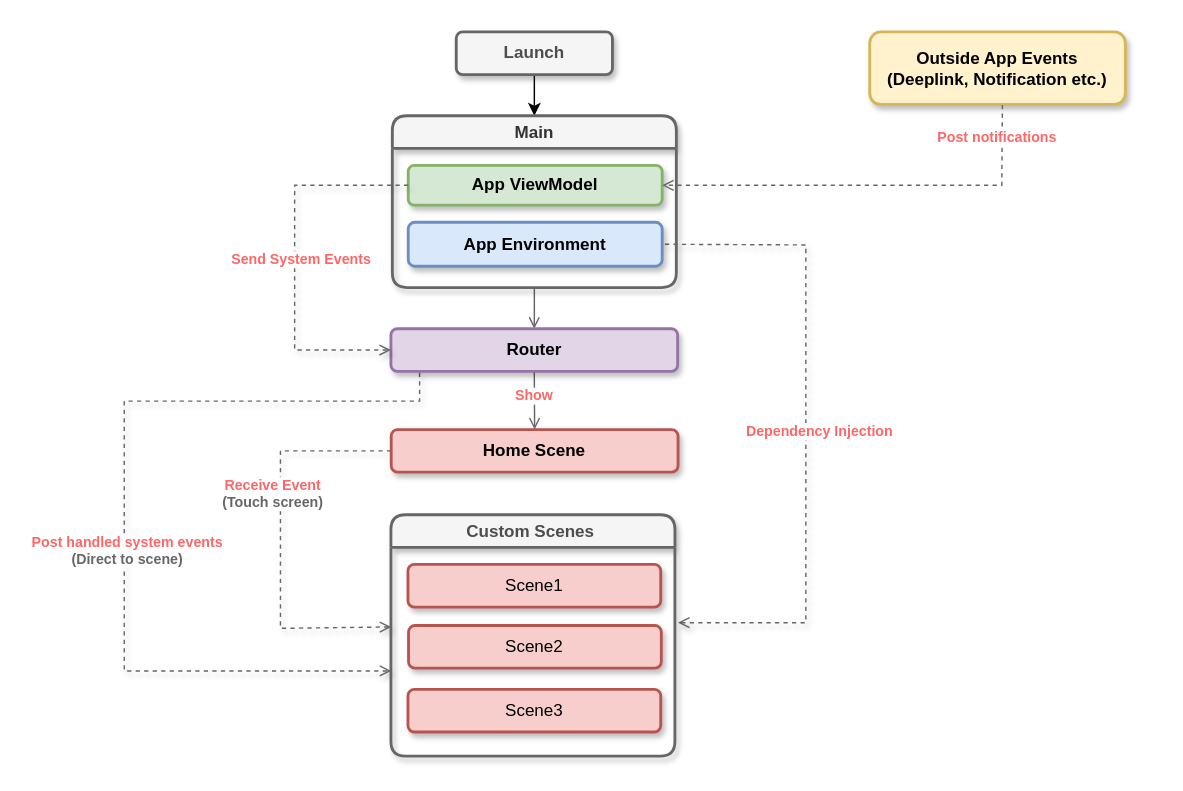
This is page "AppFlow" (1 of 12) of AppFlow.drawio from Drbingbing/AppFlow, a draw.io file, before an edit. Source tidied: cells renumbered, new cells numbered last; positions are measured from the earlier drawing's top-left corner, leaving out a move shared by most shapes. Both pictures are drawn from the tidied source at 142%, with x=0, y=0 at pixel (24, 31).
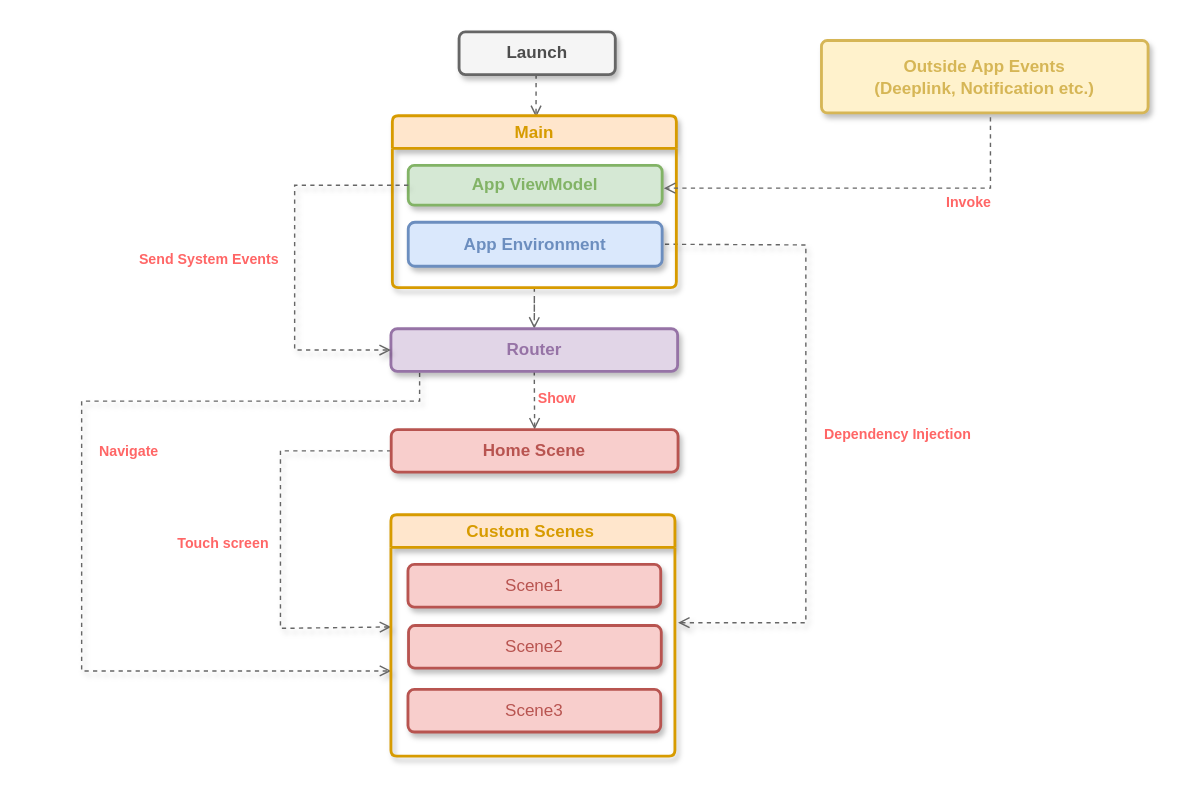
The same page after the edit.

Change to the diagram source:
```diff
@@
     <mxCell id="3" style="endArrow=open;html=1;rounded=0;fontFamily=Helvetica;fontSize=12;fontColor=#4D4D4D;dashed=1;fillColor=#f5f5f5;strokeColor=#666666;shadow=1;endFill=0;" parent="1" edge="1">
       <mxGeometry relative="1" as="geometry">
         <mxPoint x="278" y="240" as="sourcePoint" />
         <mxPoint x="258" y="450" as="targetPoint" />
         <Array as="points">
           <mxPoint x="278" y="260" />
-          <mxPoint x="70" y="260" />
-          <mxPoint x="70" y="450" />
+          <mxPoint x="40" y="260" />
+          <mxPoint x="40" y="450" />
         </Array>
       </mxGeometry>
     </mxCell>
@@
-    <mxCell id="5" style="edgeStyle=orthogonalEdgeStyle;rounded=0;jettySize=auto;html=1;fontFamily=Helvetica;fontSize=12;fontColor=#4D4D4D;startSize=23;entryX=0.5;entryY=0;entryDx=0;entryDy=0;" parent="1" edge="1" source="6" target="8">
-      <mxGeometry relative="1" as="geometry" />
+    <mxCell id="5" style="edgeStyle=orthogonalEdgeStyle;rounded=0;jettySize=auto;html=1;fontFamily=Helvetica;fontSize=12;fontColor=#4D4D4D;startSize=23;dashed=1;endArrow=open;endFill=0;fillColor=#f5f5f5;strokeColor=#666666;exitX=0.493;exitY=1;exitDx=0;exitDy=0;exitPerimeter=0;" parent="1" edge="1" source="6">
+      <mxGeometry relative="1" as="geometry">
+        <mxPoint x="360" y="60" as="targetPoint" />
+      </mxGeometry>
     </mxCell>
-    <mxCell id="6" value="Launch" style="rounded=1;whiteSpace=wrap;html=1;strokeWidth=2;fontStyle=1;shadow=1;fillColor=#f5f5f5;strokeColor=#666666;fontColor=#4D4D4D;" parent="1" vertex="1">
-      <mxGeometry x="303.8" width="110" height="30" as="geometry" />
+    <mxCell id="6" value="&lt;font face=&quot;Fira Code&quot;&gt;Launch&lt;/font&gt;" style="rounded=1;whiteSpace=wrap;html=1;strokeWidth=2;fontStyle=1;shadow=1;fillColor=#f5f5f5;strokeColor=#666666;fontColor=#4D4D4D;" parent="1" vertex="1">
+      <mxGeometry x="305.8" width="110" height="30" as="geometry" />
     </mxCell>
-    <mxCell id="7" style="edgeStyle=orthogonalEdgeStyle;rounded=0;jettySize=auto;html=1;entryX=0.5;entryY=0;entryDx=0;entryDy=0;fontFamily=Helvetica;fontSize=12;fontColor=#4D4D4D;startSize=23;strokeColor=#666666;endArrow=open;endFill=0;" parent="1" edge="1" source="8" target="12">
+    <mxCell id="7" style="edgeStyle=orthogonalEdgeStyle;rounded=0;jettySize=auto;html=1;entryX=0.5;entryY=0;entryDx=0;entryDy=0;fontFamily=Helvetica;fontSize=12;fontColor=#4D4D4D;startSize=23;strokeColor=#666666;endArrow=open;endFill=0;dashed=1;" parent="1" edge="1" source="8" target="12">
       <mxGeometry relative="1" as="geometry" />
     </mxCell>
-    <mxCell id="8" value="Main" style="swimlane;whiteSpace=wrap;html=1;labelBorderColor=none;shadow=1;glass=0;rounded=1;strokeWidth=2;fillColor=#f5f5f5;fontColor=#333333;strokeColor=#666666;gradientColor=none;swimlaneLine=1;" parent="1" vertex="1">
+    <mxCell id="8" value="&lt;font color=&quot;#d79b00&quot; face=&quot;Fira Code&quot;&gt;Main&lt;/font&gt;" style="swimlane;whiteSpace=wrap;html=1;labelBorderColor=none;shadow=1;glass=0;rounded=1;strokeWidth=2;fillColor=#ffe6cc;strokeColor=#d79b00;swimlaneLine=1;arcSize=6;" parent="1" vertex="1">
       <mxGeometry x="258.8" y="59" width="200" height="121" as="geometry" />
     </mxCell>
-    <mxCell id="9" value="&lt;b&gt;App ViewModel&lt;/b&gt;" style="rounded=1;whiteSpace=wrap;html=1;shadow=1;strokeColor=#82b366;strokeWidth=2;fontFamily=Helvetica;fontSize=12;fillColor=#d5e8d4;" parent="8" vertex="1">
+    <mxCell id="9" value="&lt;b&gt;&lt;font color=&quot;#82b366&quot; face=&quot;Fira Code&quot;&gt;App ViewModel&lt;/font&gt;&lt;/b&gt;" style="rounded=1;whiteSpace=wrap;html=1;shadow=1;strokeColor=#82b366;strokeWidth=2;fontFamily=Helvetica;fontSize=12;fillColor=#d5e8d4;" parent="8" vertex="1">
       <mxGeometry x="11.2" y="35" width="178.8" height="28" as="geometry" />
     </mxCell>
-    <mxCell id="10" value="&lt;b&gt;App Environment&lt;/b&gt;" style="rounded=1;whiteSpace=wrap;html=1;shadow=1;strokeColor=#6c8ebf;strokeWidth=2;fontFamily=Helvetica;fontSize=12;fillColor=#dae8fc;" parent="8" vertex="1">
+    <mxCell id="10" value="&lt;b&gt;&lt;font color=&quot;#6c8ebf&quot; face=&quot;Fira Code&quot;&gt;App Environment&lt;/font&gt;&lt;/b&gt;" style="rounded=1;whiteSpace=wrap;html=1;shadow=1;strokeColor=#6c8ebf;strokeWidth=2;fontFamily=Helvetica;fontSize=12;fillColor=#dae8fc;" parent="8" vertex="1">
       <mxGeometry x="11.2" y="75" width="178.8" height="31" as="geometry" />
     </mxCell>
-    <mxCell id="11" style="rounded=0;jettySize=auto;html=1;exitX=0.5;exitY=1;exitDx=0;exitDy=0;entryX=0.5;entryY=0;entryDx=0;entryDy=0;fontFamily=Helvetica;fontSize=12;fontColor=#4D4D4D;strokeWidth=1;strokeColor=#666666;endArrow=open;endFill=0;" parent="1" edge="1" source="12" target="13">
+    <mxCell id="11" style="rounded=0;jettySize=auto;html=1;exitX=0.5;exitY=1;exitDx=0;exitDy=0;entryX=0.5;entryY=0;entryDx=0;entryDy=0;fontFamily=Helvetica;fontSize=12;fontColor=#4D4D4D;strokeWidth=1;strokeColor=#666666;endArrow=open;endFill=0;dashed=1;" parent="1" edge="1" source="12" target="13">
       <mxGeometry relative="1" as="geometry" />
     </mxCell>
-    <mxCell id="12" value="&lt;b&gt;Router&lt;/b&gt;" style="rounded=1;whiteSpace=wrap;html=1;shadow=1;strokeColor=#9673a6;strokeWidth=2;fontFamily=Helvetica;fontSize=12;fillColor=#e1d5e7;" parent="1" vertex="1">
+    <mxCell id="12" value="&lt;b&gt;&lt;font color=&quot;#9673a6&quot; face=&quot;Fira Code&quot;&gt;Router&lt;/font&gt;&lt;/b&gt;" style="rounded=1;whiteSpace=wrap;html=1;shadow=1;strokeColor=#9673a6;strokeWidth=2;fontFamily=Helvetica;fontSize=12;fillColor=#e1d5e7;" parent="1" vertex="1">
       <mxGeometry x="257.8" y="209" width="201.9" height="30" as="geometry" />
     </mxCell>
-    <mxCell id="13" value="Home Scene" style="rounded=1;whiteSpace=wrap;html=1;shadow=1;strokeColor=#b85450;strokeWidth=2;fontFamily=Helvetica;fontSize=12;fillColor=#f8cecc;fontStyle=1;" parent="1" vertex="1">
+    <mxCell id="13" value="&lt;font color=&quot;#b85450&quot;&gt;Home Scene&lt;/font&gt;" style="rounded=1;whiteSpace=wrap;html=1;shadow=1;strokeColor=#b85450;strokeWidth=2;fontFamily=Helvetica;fontSize=12;fillColor=#f8cecc;fontStyle=1;" parent="1" vertex="1">
       <mxGeometry x="258" y="280" width="202" height="30" as="geometry" />
     </mxCell>
-    <mxCell id="14" value="&lt;font color=&quot;#ff6666&quot; style=&quot;font-size: 10px;&quot;&gt;Show&lt;/font&gt;" style="text;html=1;strokeColor=none;fillColor=none;align=center;verticalAlign=middle;whiteSpace=wrap;rounded=0;fontSize=10;fontFamily=Helvetica;fontColor=#FF9999;fontStyle=1;labelBackgroundColor=default;" parent="1" vertex="1">
-      <mxGeometry x="343" y="246" width="32" height="20" as="geometry" />
+    <mxCell id="14" value="&lt;font face=&quot;Fira Code&quot; color=&quot;#ff6666&quot; style=&quot;font-size: 10px;&quot;&gt;Show&lt;/font&gt;" style="text;html=1;strokeColor=none;fillColor=none;align=center;verticalAlign=middle;whiteSpace=wrap;rounded=0;fontSize=10;fontFamily=Helvetica;fontColor=#FF9999;fontStyle=1;labelBackgroundColor=none;" parent="1" vertex="1">
+      <mxGeometry x="355" y="248" width="40" height="20" as="geometry" />
     </mxCell>
-    <mxCell id="15" value="Custom Scenes&amp;nbsp;" style="swimlane;whiteSpace=wrap;html=1;rounded=1;shadow=1;strokeColor=#666666;strokeWidth=2;fontFamily=Helvetica;fontSize=12;fontColor=#4D4D4D;fillColor=#f5f5f5;" parent="1" vertex="1">
+    <mxCell id="15" value="&lt;font color=&quot;#d79b00&quot;&gt;Custom Scenes&amp;nbsp;&lt;/font&gt;" style="swimlane;whiteSpace=wrap;html=1;rounded=1;shadow=1;strokeColor=#d79b00;strokeWidth=2;fontFamily=Helvetica;fontSize=12;fillColor=#ffe6cc;arcSize=6;" parent="1" vertex="1">
       <mxGeometry x="257.8" y="340" width="200" height="170" as="geometry" />
     </mxCell>
-    <mxCell id="16" value="Scene1" style="rounded=1;whiteSpace=wrap;html=1;shadow=1;strokeColor=#b85450;strokeWidth=2;fontFamily=Helvetica;fontSize=12;fillColor=#f8cecc;" parent="15" vertex="1">
+    <mxCell id="16" value="&lt;font color=&quot;#b85450&quot;&gt;Scene1&lt;/font&gt;" style="rounded=1;whiteSpace=wrap;html=1;shadow=1;strokeColor=#b85450;strokeWidth=2;fontFamily=Fira Code;fontSize=12;fillColor=#f8cecc;" parent="15" vertex="1">
       <mxGeometry x="12" y="35" width="178" height="30" as="geometry" />
     </mxCell>
-    <mxCell id="17" value="Scene2" style="rounded=1;whiteSpace=wrap;html=1;shadow=1;strokeColor=#b85450;strokeWidth=2;fontFamily=Helvetica;fontSize=12;fillColor=#f8cecc;" parent="15" vertex="1">
+    <mxCell id="17" value="&lt;font color=&quot;#b85450&quot;&gt;Scene2&lt;/font&gt;" style="rounded=1;whiteSpace=wrap;html=1;shadow=1;strokeColor=#b85450;strokeWidth=2;fontFamily=Fira Code;fontSize=12;fillColor=#f8cecc;" parent="15" vertex="1">
       <mxGeometry x="12.4" y="78" width="178" height="30" as="geometry" />
     </mxCell>
-    <mxCell id="18" value="Scene3" style="rounded=1;whiteSpace=wrap;html=1;shadow=1;strokeColor=#b85450;strokeWidth=2;fontFamily=Helvetica;fontSize=12;fillColor=#f8cecc;" parent="15" vertex="1">
+    <mxCell id="18" value="&lt;font color=&quot;#b85450&quot;&gt;Scene3&lt;/font&gt;" style="rounded=1;whiteSpace=wrap;html=1;shadow=1;strokeColor=#b85450;strokeWidth=2;fontFamily=Fira Code;fontSize=12;fillColor=#f8cecc;" parent="15" vertex="1">
       <mxGeometry x="12" y="123" width="178" height="30" as="geometry" />
     </mxCell>
-    <mxCell id="19" value="&lt;font style=&quot;font-size: 10px;&quot;&gt;&lt;b style=&quot;font-size: 10px;&quot;&gt;&lt;font style=&quot;font-size: 10px;&quot; color=&quot;#ff6666&quot;&gt;Receive Event&lt;/font&gt;&lt;br style=&quot;font-size: 10px;&quot;&gt;&lt;font style=&quot;font-size: 10px;&quot; color=&quot;#666666&quot;&gt;(Touch screen)&lt;/font&gt;&lt;br style=&quot;font-size: 10px;&quot;&gt;&lt;/b&gt;&lt;/font&gt;" style="text;html=1;strokeColor=none;fillColor=none;align=center;verticalAlign=middle;whiteSpace=wrap;rounded=0;fontSize=10;fontFamily=Helvetica;fontColor=#4D4D4D;labelBackgroundColor=default;" parent="1" vertex="1">
-      <mxGeometry x="120" y="310" width="110" height="30" as="geometry" />
+    <mxCell id="19" value="&lt;font style=&quot;font-size: 10px;&quot;&gt;&lt;b style=&quot;font-size: 10px;&quot;&gt;&lt;font color=&quot;#ff6666&quot;&gt;Touch screen&lt;/font&gt;&lt;br style=&quot;font-size: 10px;&quot;&gt;&lt;/b&gt;&lt;/font&gt;" style="text;html=1;strokeColor=none;fillColor=none;align=center;verticalAlign=middle;whiteSpace=wrap;rounded=0;fontSize=10;fontFamily=Fira Code;fontColor=#4D4D4D;labelBackgroundColor=none;" parent="1" vertex="1">
+      <mxGeometry x="100" y="350" width="80" height="20" as="geometry" />
     </mxCell>
-    <mxCell id="20" value="&lt;font color=&quot;#ff6666&quot; style=&quot;font-size: 10px;&quot;&gt;&lt;b style=&quot;font-size: 10px;&quot;&gt;Dependency Injection&lt;/b&gt;&lt;/font&gt;" style="text;html=1;align=center;verticalAlign=middle;whiteSpace=wrap;rounded=0;fontSize=10;fontFamily=Helvetica;labelBackgroundColor=default;" parent="1" vertex="1">
-      <mxGeometry x="500" y="266" width="120" height="30" as="geometry" />
+    <mxCell id="20" value="&lt;font color=&quot;#ff6666&quot; style=&quot;font-size: 10px;&quot;&gt;&lt;b style=&quot;font-size: 10px;&quot;&gt;Dependency Injection&lt;/b&gt;&lt;/font&gt;" style="text;html=1;align=center;verticalAlign=middle;whiteSpace=wrap;rounded=0;fontSize=10;fontFamily=Fira Code;labelBackgroundColor=none;" parent="1" vertex="1">
+      <mxGeometry x="550" y="268" width="130" height="30" as="geometry" />
     </mxCell>
@@
-    <mxCell id="22" value="&lt;b style=&quot;font-size: 10px;&quot;&gt;&lt;font style=&quot;font-size: 10px;&quot; color=&quot;#ff6666&quot;&gt;Send System Events&lt;/font&gt;&lt;/b&gt;" style="text;html=1;align=center;verticalAlign=middle;whiteSpace=wrap;rounded=0;fontSize=10;fontFamily=Helvetica;shadow=0;labelBackgroundColor=default;labelBorderColor=none;" parent="1" vertex="1">
-      <mxGeometry x="140" y="150" width="110" height="20" as="geometry" />
+    <mxCell id="22" value="&lt;b style=&quot;font-size: 10px;&quot;&gt;&lt;font style=&quot;font-size: 10px;&quot; color=&quot;#ff6666&quot;&gt;Send System Events&lt;/font&gt;&lt;/b&gt;" style="text;html=1;align=center;verticalAlign=middle;whiteSpace=wrap;rounded=0;fontSize=10;fontFamily=Fira Code;shadow=0;labelBackgroundColor=none;labelBorderColor=none;" parent="1" vertex="1">
+      <mxGeometry x="70" y="150" width="120" height="20" as="geometry" />
     </mxCell>
-    <mxCell id="23" value="&lt;b style=&quot;font-size: 10px;&quot;&gt;&lt;font style=&quot;font-size: 10px;&quot;&gt;&lt;font color=&quot;#ff6666&quot;&gt;Post handled system events&lt;/font&gt;&lt;br&gt;&lt;font color=&quot;#666666&quot;&gt;(Direct to scene)&lt;/font&gt;&lt;br&gt;&lt;/font&gt;&lt;/b&gt;" style="text;html=1;strokeColor=none;fillColor=none;align=center;verticalAlign=middle;whiteSpace=wrap;rounded=0;fontSize=10;fontFamily=Helvetica;fontColor=#4D4D4D;labelBackgroundColor=default;" parent="1" vertex="1">
-      <mxGeometry y="350" width="145" height="30" as="geometry" />
+    <mxCell id="23" value="&lt;b style=&quot;font-size: 10px;&quot;&gt;&lt;font style=&quot;font-size: 10px;&quot;&gt;&lt;font color=&quot;#ff6666&quot;&gt;Navigate&amp;nbsp;&lt;/font&gt;&lt;br&gt;&lt;/font&gt;&lt;/b&gt;" style="text;html=1;strokeColor=none;fillColor=none;align=center;verticalAlign=middle;whiteSpace=wrap;rounded=0;fontSize=10;fontFamily=Fira Code;fontColor=#4D4D4D;labelBackgroundColor=none;" parent="1" vertex="1">
+      <mxGeometry x="50" y="285" width="50" height="20" as="geometry" />
     </mxCell>
-    <mxCell id="24" value="Outside App Events&lt;br&gt;(Deeplink, Notification etc.)" style="rounded=1;whiteSpace=wrap;html=1;shadow=1;strokeColor=#d6b656;strokeWidth=2;fontFamily=Helvetica;fontSize=12;fillColor=#fff2cc;fontStyle=1;" parent="1" vertex="1">
-      <mxGeometry x="595" width="180" height="51" as="geometry" />
+    <mxCell id="24" value="&lt;font color=&quot;#d6b656&quot; face=&quot;Fira Code&quot;&gt;Outside App Events&lt;br&gt;(Deeplink, Notification etc.)&lt;/font&gt;" style="rounded=1;whiteSpace=wrap;html=1;shadow=1;strokeColor=#d6b656;strokeWidth=2;fontFamily=Helvetica;fontSize=12;fillColor=#fff2cc;fontStyle=1;arcSize=8;" parent="1" vertex="1">
+      <mxGeometry x="561" y="6" width="230" height="51" as="geometry" />
     </mxCell>
-    <mxCell id="25" style="endArrow=open;html=1;rounded=0;labelBackgroundColor=default;strokeColor=#666666;strokeWidth=1;fontFamily=Helvetica;fontSize=12;fontColor=#4D4D4D;shape=connector;entryX=1;entryY=0.5;entryDx=0;entryDy=0;dashed=1;endFill=0;exitX=0.519;exitY=1.01;exitDx=0;exitDy=0;exitPerimeter=0;" parent="1" edge="1" source="24" target="9">
+    <mxCell id="25" style="endArrow=open;html=1;rounded=0;labelBackgroundColor=default;strokeColor=#666666;strokeWidth=1;fontFamily=Helvetica;fontSize=12;fontColor=#4D4D4D;shape=connector;dashed=1;endFill=0;" parent="1" edge="1">
       <mxGeometry relative="1" as="geometry">
+        <mxPoint x="680" y="60" as="sourcePoint" />
+        <mxPoint x="450" y="110" as="targetPoint" />
         <Array as="points">
-          <mxPoint x="688" y="108" />
+          <mxPoint x="680" y="110" />
         </Array>
       </mxGeometry>
     </mxCell>
-    <mxCell id="26" value="&lt;span style=&quot;font-size: 10px;&quot;&gt;&lt;font style=&quot;font-size: 10px;&quot;&gt;Post notifications&lt;/font&gt;&lt;/span&gt;" style="text;html=1;strokeColor=none;fillColor=none;align=center;verticalAlign=middle;whiteSpace=wrap;rounded=0;fontSize=10;fontFamily=Helvetica;fontColor=#FF6666;labelBackgroundColor=default;fontStyle=1;" parent="1" vertex="1">
-      <mxGeometry x="640" y="59" width="90" height="30" as="geometry" />
+    <mxCell id="26" value="&lt;span style=&quot;font-size: 10px;&quot;&gt;&lt;font face=&quot;Fira Code&quot; style=&quot;font-size: 10px;&quot;&gt;Invoke&lt;/font&gt;&lt;/span&gt;" style="text;html=1;strokeColor=none;fillColor=none;align=center;verticalAlign=middle;whiteSpace=wrap;rounded=0;fontSize=10;fontFamily=Helvetica;fontColor=#FF6666;labelBackgroundColor=none;fontStyle=1;" parent="1" vertex="1">
+      <mxGeometry x="640" y="111.8" width="50" height="15.5" as="geometry" />
     </mxCell>
```
